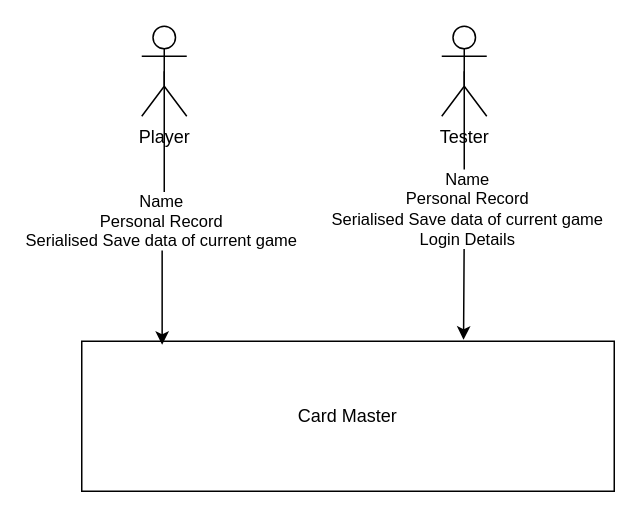
Before: UMLdiagrams/Data UML.drawio in chriskalos/CardMaster, a draw.io diagram. Source tidied: cells renumbered, new cells numbered last; positions are measured from the earlier drawing's top-left corner, leaving out a move shared by most shapes. Both pictures are drawn from the tidied source at 150%, with x=0, y=0 at pixel (81, 26).
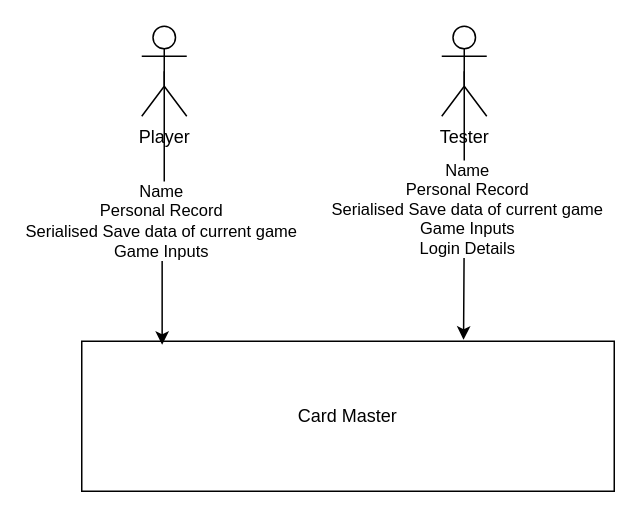
After the change.

Commit message (it also covers changes not shown here):
Focusing on game logic.

Diff of the diagram source:
```diff
@@
 <mxGraphModel>
   <root>
     <mxCell id="0" />
     <mxCell id="1" parent="0" />
     <mxCell id="2" value="Card Master" style="rounded=0;whiteSpace=wrap;html=1;" parent="1" vertex="1">
       <mxGeometry y="210" width="355" height="100" as="geometry" />
     </mxCell>
     <mxCell id="3" value="Player" style="shape=umlActor;verticalLabelPosition=bottom;verticalAlign=top;html=1;outlineConnect=0;" parent="1" vertex="1">
       <mxGeometry x="40" width="30" height="60" as="geometry" />
     </mxCell>
     <mxCell id="4" value="Tester" style="shape=umlActor;verticalLabelPosition=bottom;verticalAlign=top;html=1;outlineConnect=0;" parent="1" vertex="1">
       <mxGeometry x="240" width="30" height="60" as="geometry" />
     </mxCell>
     <mxCell id="5" style="edgeStyle=orthogonalEdgeStyle;rounded=0;jettySize=auto;html=1;exitX=0.5;exitY=0.5;exitDx=0;exitDy=0;exitPerimeter=0;entryX=0.151;entryY=0.024;entryDx=0;entryDy=0;entryPerimeter=0;" parent="1" edge="1" source="3" target="2">
       <mxGeometry relative="1" as="geometry" />
     </mxCell>
-    <mxCell id="6" value="&lt;div&gt;Name&lt;/div&gt;&lt;div&gt;Personal Record&lt;/div&gt;&lt;div&gt;Serialised Save data of current game&lt;br&gt;&lt;/div&gt;" style="edgeLabel;html=1;align=center;verticalAlign=middle;" parent="5" vertex="1">
+    <mxCell id="6" value="&lt;div&gt;Name&lt;/div&gt;&lt;div&gt;Personal Record&lt;/div&gt;&lt;div&gt;Serialised Save data of current game&lt;/div&gt;&lt;div&gt;Game Inputs&lt;br&gt;&lt;/div&gt;" style="edgeLabel;html=1;align=center;verticalAlign=middle;" parent="5" vertex="1">
       <mxGeometry x="0.34" relative="1" as="geometry">
         <mxPoint x="-1" y="-22" as="offset" />
       </mxGeometry>
     </mxCell>
     <mxCell id="7" style="edgeStyle=orthogonalEdgeStyle;rounded=0;jettySize=auto;html=1;exitX=0.5;exitY=0.5;exitDx=0;exitDy=0;exitPerimeter=0;entryX=0.717;entryY=-0.01;entryDx=0;entryDy=0;entryPerimeter=0;" parent="1" edge="1" source="4" target="2">
       <mxGeometry relative="1" as="geometry" />
     </mxCell>
-    <mxCell id="8" value="&lt;div&gt;Name&lt;/div&gt;&lt;div&gt;Personal Record&lt;/div&gt;&lt;div&gt;Serialised Save data of current game&lt;/div&gt;&lt;div&gt;Login Details&lt;br&gt;&lt;/div&gt;" style="edgeLabel;html=1;align=center;verticalAlign=middle;" parent="7" vertex="1">
+    <mxCell id="8" value="&lt;div&gt;Name&lt;/div&gt;&lt;div&gt;Personal Record&lt;/div&gt;&lt;div&gt;Serialised Save data of current game&lt;/div&gt;&lt;div&gt;Game Inputs&lt;br&gt;&lt;/div&gt;&lt;div&gt;Login Details&lt;br&gt;&lt;/div&gt;" style="edgeLabel;html=1;align=center;verticalAlign=middle;" parent="7" vertex="1">
       <mxGeometry x="0.01" y="1" relative="1" as="geometry" />
     </mxCell>
   </root>
 </mxGraphModel>
```
